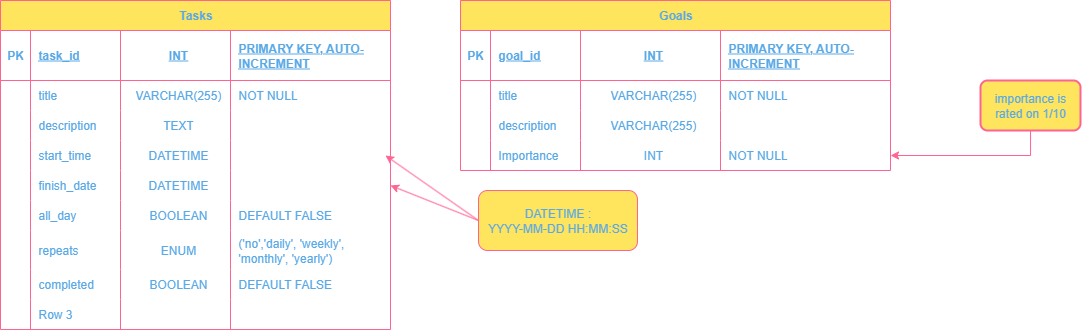
Earlier version of the draw.io export database.drawio.png (EBBD88/ToDo-list-Flask). Source tidied: cells renumbered, new cells last; positions are measured from the earlier drawing's top-left corner, leaving out a move shared by most shapes.
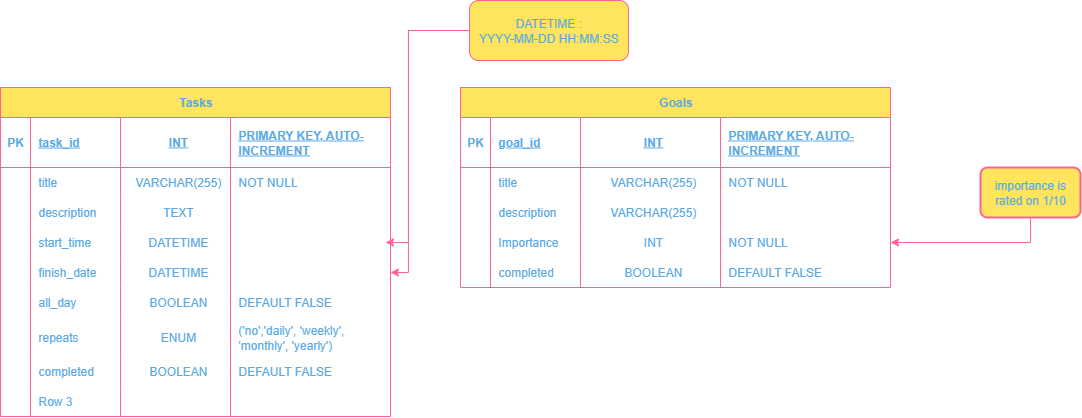
After the change.

Diff of the diagram source:
```diff
@@ -141,7 +141,7 @@
       <mxGeometry x="230" width="160" height="30" as="geometry" />
     </mxCell>
     <mxCell id="48" value="Goals" style="shape=table;startSize=30;rowLines=0;fontStyle=1;align=center;html=1;labelBackgroundColor=none;fillColor=#FFE45E;strokeColor=#FF6392;fontColor=#5AA9E6;" parent="1" vertex="1">
-      <mxGeometry x="460" width="430" height="170" as="geometry" />
+      <mxGeometry x="460" width="430" height="200" as="geometry" />
     </mxCell>
     <mxCell id="49" style="shape=tableRow;horizontal=0;startSize=0;swimlaneHead=0;swimlaneBody=0;fillColor=none;top=0;left=0;right=0;bottom=1;labelBackgroundColor=none;strokeColor=#FF6392;fontColor=#5AA9E6;" parent="48" vertex="1">
       <mxGeometry y="30" width="430" height="50" as="geometry" />
@@ -203,22 +203,46 @@
     <mxCell id="68" value="NOT NULL" style="shape=partialRectangle;fillColor=none;top=0;left=0;bottom=0;right=0;align=left;spacingLeft=6;overflow=hidden;whiteSpace=wrap;html=1;labelBackgroundColor=none;strokeColor=#FF6392;fontColor=#5AA9E6;" parent="64" vertex="1">
       <mxGeometry x="260" width="170" height="30" as="geometry" />
     </mxCell>
+    <mxCell id="74" style="shape=tableRow;horizontal=0;startSize=0;swimlaneHead=0;swimlaneBody=0;fillColor=none;top=0;left=0;right=0;bottom=0;labelBackgroundColor=none;strokeColor=#FF6392;fontColor=#5AA9E6;" parent="48" vertex="1">
+      <mxGeometry y="170" width="430" height="30" as="geometry" />
+    </mxCell>
+    <mxCell id="75" style="shape=partialRectangle;fillColor=none;top=0;left=0;bottom=0;right=0;overflow=hidden;whiteSpace=wrap;html=1;labelBackgroundColor=none;strokeColor=#FF6392;fontColor=#5AA9E6;" parent="74" vertex="1">
+      <mxGeometry width="30" height="30" as="geometry" />
+    </mxCell>
+    <mxCell id="76" value="completed" style="shape=partialRectangle;fillColor=none;top=0;left=0;bottom=0;right=0;align=left;spacingLeft=6;overflow=hidden;whiteSpace=wrap;html=1;labelBackgroundColor=none;strokeColor=#FF6392;fontColor=#5AA9E6;" parent="74" vertex="1">
+      <mxGeometry x="30" width="90" height="30" as="geometry" />
+    </mxCell>
+    <mxCell id="77" value="BOOLEAN" style="shape=partialRectangle;fillColor=none;top=0;left=0;bottom=0;right=0;align=center;spacingLeft=6;overflow=hidden;whiteSpace=wrap;html=1;labelBackgroundColor=none;strokeColor=#FF6392;fontColor=#5AA9E6;" parent="74" vertex="1">
+      <mxGeometry x="120" width="140" height="30" as="geometry" />
+    </mxCell>
+    <mxCell id="78" value="DEFAULT FALSE" style="shape=partialRectangle;fillColor=none;top=0;left=0;bottom=0;right=0;align=left;spacingLeft=6;overflow=hidden;whiteSpace=wrap;html=1;labelBackgroundColor=none;strokeColor=#FF6392;fontColor=#5AA9E6;" parent="74" vertex="1">
+      <mxGeometry x="260" width="170" height="30" as="geometry" />
+    </mxCell>
     <mxCell id="69" style="edgeStyle=orthogonalEdgeStyle;rounded=0;jettySize=auto;html=1;entryX=1;entryY=0.5;entryDx=0;entryDy=0;labelBackgroundColor=none;fontColor=default;strokeColor=#FF6392;" parent="1" edge="1" source="70" target="64">
       <mxGeometry relative="1" as="geometry" />
     </mxCell>
     <mxCell id="70" value="importance is rated on 1/10" style="rounded=1;whiteSpace=wrap;html=1;absoluteArcSize=1;arcSize=14;strokeWidth=2;labelBackgroundColor=none;fillColor=#FFE45E;strokeColor=#FF6392;fontColor=#5AA9E6;" parent="1" vertex="1">
       <mxGeometry x="980" y="80" width="100" height="50" as="geometry" />
     </mxCell>
-    <mxCell id="71" style="rounded=0;jettySize=auto;html=1;entryX=1;entryY=0.5;entryDx=0;entryDy=0;strokeColor=#FF6392;fontColor=#5AA9E6;fillColor=#FFE45E;exitX=0;exitY=0.5;exitDx=0;exitDy=0;" parent="1" edge="1" source="73">
+    <mxCell id="71" style="rounded=0;jettySize=auto;html=1;entryX=1;entryY=0.5;entryDx=0;entryDy=0;strokeColor=#FF6392;fontColor=#5AA9E6;fillColor=#FFE45E;exitX=0;exitY=0.5;exitDx=0;exitDy=0;edgeStyle=orthogonalEdgeStyle;" parent="1" edge="1" source="73">
       <mxGeometry relative="1" as="geometry">
         <mxPoint x="385" y="155" as="targetPoint" />
+        <Array as="points">
+          <mxPoint x="408" y="-57" />
+          <mxPoint x="408" y="155" />
+        </Array>
       </mxGeometry>
     </mxCell>
-    <mxCell id="72" style="rounded=0;jettySize=auto;html=1;entryX=1;entryY=0.5;entryDx=0;entryDy=0;strokeColor=#FF6392;fontColor=#5AA9E6;fillColor=#FFE45E;exitX=0;exitY=0.5;exitDx=0;exitDy=0;" parent="1" edge="1" source="73" target="23">
-      <mxGeometry relative="1" as="geometry" />
+    <mxCell id="72" style="rounded=0;jettySize=auto;html=1;entryX=1;entryY=0.5;entryDx=0;entryDy=0;strokeColor=#FF6392;fontColor=#5AA9E6;fillColor=#FFE45E;exitX=0;exitY=0.5;exitDx=0;exitDy=0;edgeStyle=orthogonalEdgeStyle;" parent="1" edge="1" source="73" target="23">
+      <mxGeometry relative="1" as="geometry">
+        <Array as="points">
+          <mxPoint x="408" y="-57" />
+          <mxPoint x="408" y="185" />
+        </Array>
+      </mxGeometry>
     </mxCell>
     <mxCell id="73" value="DATETIME :&lt;div&gt;YYYY-MM-DD HH:MM:SS&lt;/div&gt;" style="rounded=1;whiteSpace=wrap;html=1;strokeColor=#FF6392;fontColor=#5AA9E6;fillColor=#FFE45E;" parent="1" vertex="1">
-      <mxGeometry x="478" y="190" width="159" height="60" as="geometry" />
+      <mxGeometry x="469" y="-87" width="159" height="60" as="geometry" />
     </mxCell>
   </root>
 </mxGraphModel>
```
